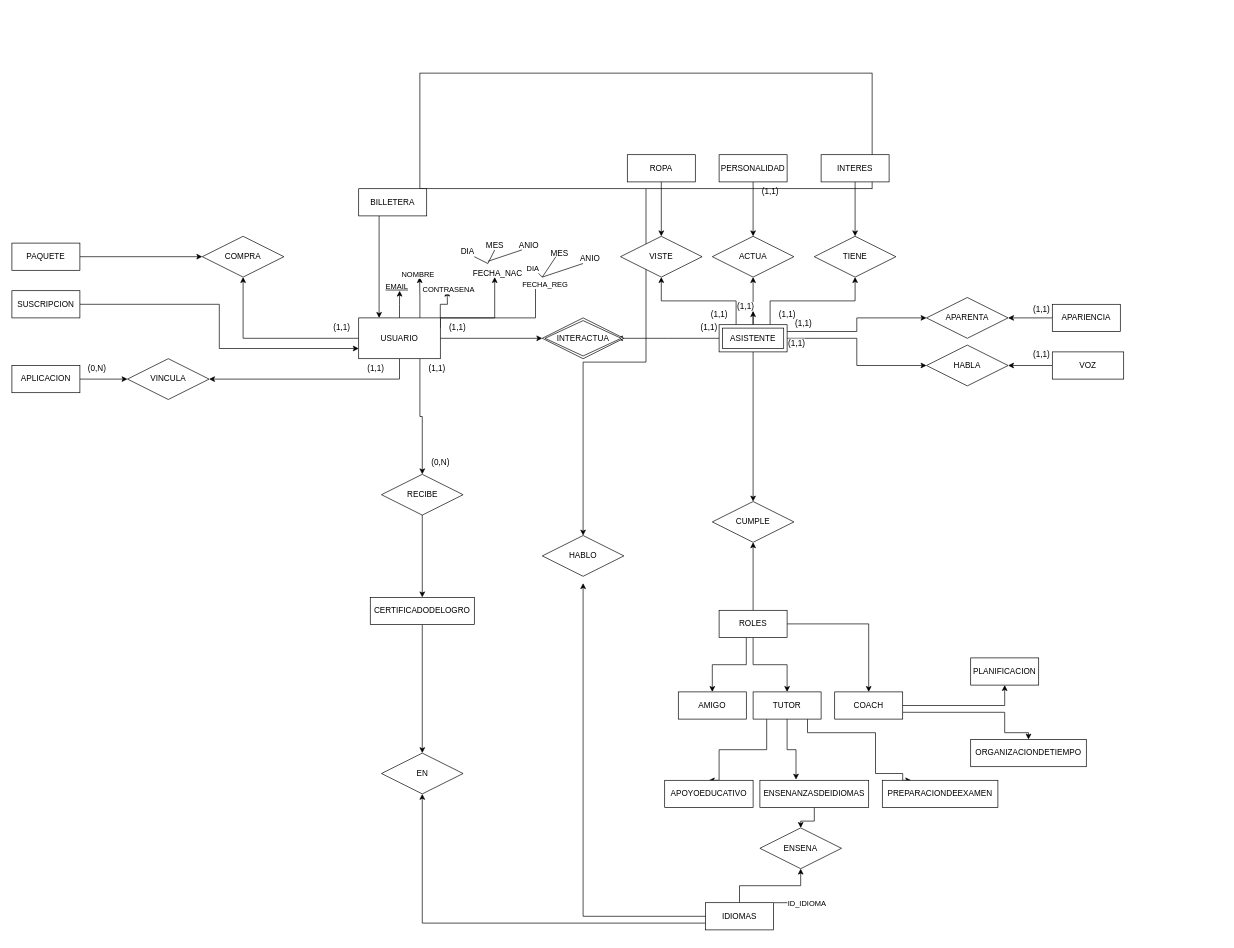
Before: obligatorio1.drawio in MartinAlonsoo/ObligatorioBD1, a draw.io diagram. Source tidied: cells renumbered, new cells numbered last; positions are measured from the earlier drawing's top-left corner, leaving out a move shared by most shapes. Both pictures are drawn from the tidied source at 68%, with x=0, y=0 at pixel (12, 73).
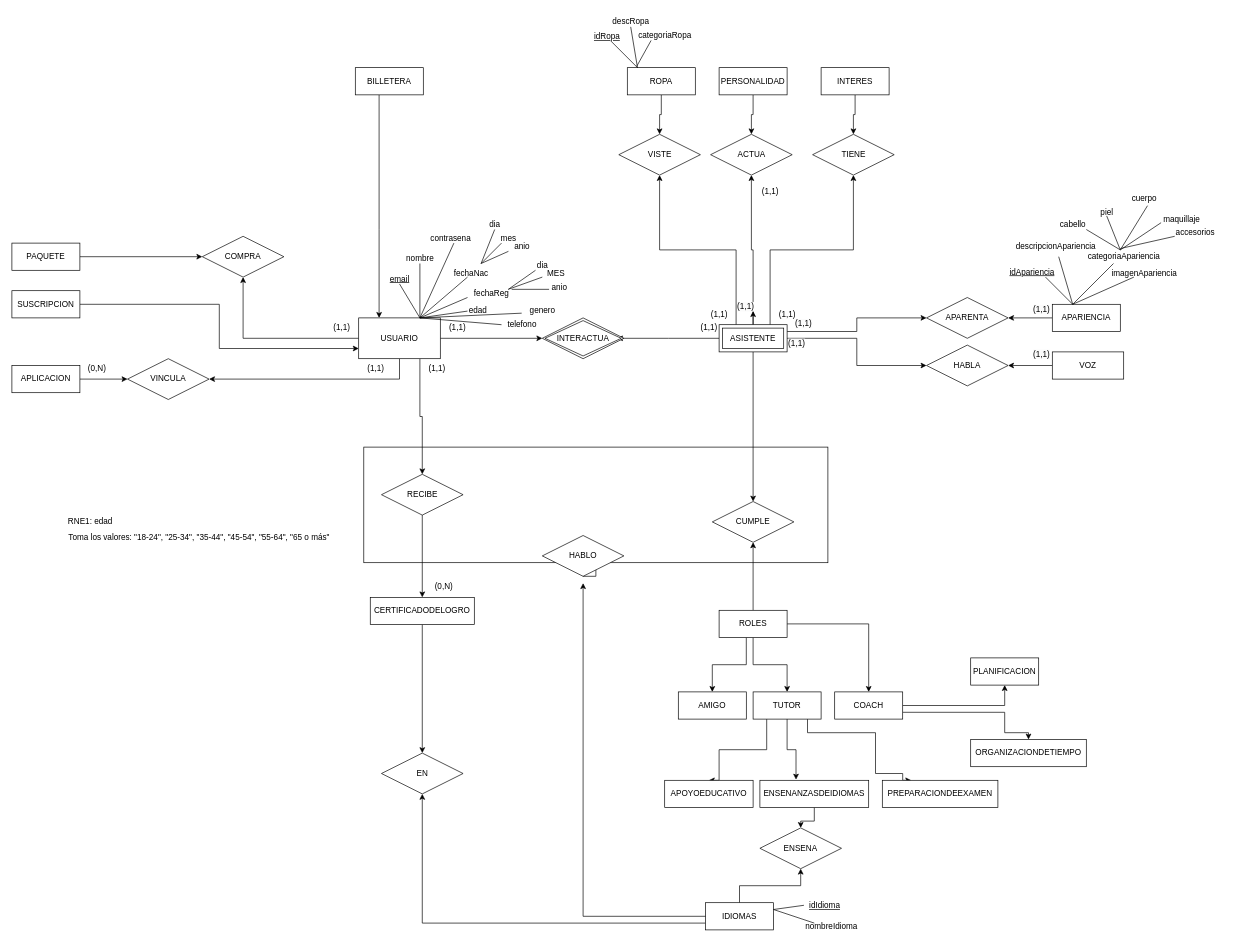
After the change.

Unchanged cells that the change refers to:
```xml
<mxCell id="17" value="&lt;div&gt;USUARIO&lt;/div&gt;" style="rounded=0;whiteSpace=wrap;html=1;strokeColor=default;" parent="1" vertex="1">
  <mxGeometry x="510" y="360" width="120" height="60" as="geometry" />
</mxCell>
<mxCell id="49" value="IDIOMAS" style="whiteSpace=wrap;html=1;align=center;" parent="1" vertex="1">
  <mxGeometry x="1020" y="1220" width="100" height="40" as="geometry" />
</mxCell>
```

Change to the diagram source:
```diff
@@
     <mxCell id="3" style="rounded=0;whiteSpace=wrap;html=1;" parent="1" vertex="1">
-      <mxGeometry x="600" width="665" height="170" as="geometry" />
+      <mxGeometry x="517.5" y="550" width="682.5" height="170" as="geometry" />
     </mxCell>
@@
-    <mxCell id="8" style="edgeStyle=orthogonalEdgeStyle;rounded=0;jettySize=auto;html=1;exitX=0.5;exitY=0;exitDx=0;exitDy=0;" parent="1" edge="1" source="17">
-      <mxGeometry relative="1" as="geometry">
-        <mxPoint x="570.2" y="320" as="targetPoint" />
-      </mxGeometry>
-    </mxCell>
-    <mxCell id="9" value="&lt;u&gt;EMAIL&lt;/u&gt;" style="edgeLabel;html=1;align=center;verticalAlign=middle;" parent="8" vertex="1">
-      <mxGeometry x="1" y="8" relative="1" as="geometry">
-        <mxPoint x="3" y="-6" as="offset" />
-      </mxGeometry>
-    </mxCell>
-    <mxCell id="10" style="edgeStyle=orthogonalEdgeStyle;rounded=0;jettySize=auto;html=1;exitX=0.75;exitY=0;exitDx=0;exitDy=0;" parent="1" edge="1" source="17">
-      <mxGeometry relative="1" as="geometry">
-        <mxPoint x="599.6" y="300" as="targetPoint" />
-      </mxGeometry>
-    </mxCell>
-    <mxCell id="11" value="NOMBRE" style="edgeLabel;html=1;align=center;verticalAlign=middle;" parent="10" vertex="1">
-      <mxGeometry x="1" y="6" relative="1" as="geometry">
-        <mxPoint x="3" y="-5" as="offset" />
-      </mxGeometry>
-    </mxCell>
-    <mxCell id="12" style="edgeStyle=orthogonalEdgeStyle;rounded=0;jettySize=auto;html=1;exitX=1;exitY=0;exitDx=0;exitDy=0;" parent="1" edge="1" source="17">
-      <mxGeometry relative="1" as="geometry">
-        <mxPoint x="640" y="320" as="targetPoint" />
-      </mxGeometry>
-    </mxCell>
-    <mxCell id="13" value="CONTRASENA" style="edgeLabel;html=1;align=center;verticalAlign=middle;" parent="12" vertex="1">
-      <mxGeometry x="1" y="-2" relative="1" as="geometry">
-        <mxPoint y="-1" as="offset" />
-      </mxGeometry>
-    </mxCell>
-    <mxCell id="14" style="edgeStyle=orthogonalEdgeStyle;rounded=0;jettySize=auto;html=1;exitX=1;exitY=0.25;exitDx=0;exitDy=0;" parent="1" edge="1" source="17">
-      <mxGeometry relative="1" as="geometry">
-        <mxPoint x="710" y="300" as="targetPoint" />
-        <Array as="points">
-          <mxPoint x="630" y="360" />
-          <mxPoint x="710" y="360" />
-        </Array>
-      </mxGeometry>
-    </mxCell>
-    <mxCell id="15" style="edgeStyle=orthogonalEdgeStyle;rounded=0;jettySize=auto;html=1;exitX=1;exitY=0;exitDx=0;exitDy=0;" parent="1" edge="1" source="17">
-      <mxGeometry relative="1" as="geometry">
-        <mxPoint x="780" y="310" as="targetPoint" />
-        <Array as="points">
-          <mxPoint x="770" y="360" />
-        </Array>
-      </mxGeometry>
-    </mxCell>
-    <mxCell id="16" value="FECHA_REG" style="edgeLabel;html=1;align=center;verticalAlign=middle;" parent="15" vertex="1">
-      <mxGeometry x="1" y="-3" relative="1" as="geometry">
-        <mxPoint x="3" y="-3" as="offset" />
-      </mxGeometry>
-    </mxCell>
@@
     <mxCell id="42" value="PERSONALIDAD" style="whiteSpace=wrap;html=1;align=center;" parent="1" vertex="1">
-      <mxGeometry x="1040" y="120" width="100" height="40" as="geometry" />
+      <mxGeometry x="1040" y="-8" width="100" height="40" as="geometry" />
     </mxCell>
@@
     <mxCell id="44" value="INTERES" style="whiteSpace=wrap;html=1;align=center;" parent="1" vertex="1">
-      <mxGeometry x="1190" y="120" width="100" height="40" as="geometry" />
+      <mxGeometry x="1190" y="-8" width="100" height="40" as="geometry" />
     </mxCell>
@@
-    <mxCell id="47" style="edgeStyle=orthogonalEdgeStyle;rounded=0;jettySize=auto;html=1;" parent="1" edge="1" source="49">
-      <mxGeometry relative="1" as="geometry">
-        <mxPoint x="1170" y="1220" as="targetPoint" />
-        <Array as="points">
-          <mxPoint x="1145" y="1220" />
-          <mxPoint x="1170" y="1221" />
-        </Array>
-      </mxGeometry>
-    </mxCell>
-    <mxCell id="48" value="ID_IDIOMA" style="edgeLabel;html=1;align=center;verticalAlign=middle;" parent="47" vertex="1">
-      <mxGeometry x="0.97" relative="1" as="geometry" />
-    </mxCell>
@@
     <mxCell id="51" value="ROPA" style="whiteSpace=wrap;html=1;align=center;" parent="1" vertex="1">
-      <mxGeometry x="905" y="120" width="100" height="40" as="geometry" />
+      <mxGeometry x="905" y="-8" width="100" height="40" as="geometry" />
     </mxCell>
@@
     <mxCell id="54" value="VISTE" style="shape=rhombus;perimeter=rhombusPerimeter;whiteSpace=wrap;html=1;align=center;" parent="1" vertex="1">
-      <mxGeometry x="895" y="240" width="120" height="60" as="geometry" />
+      <mxGeometry x="892.5" y="90" width="120" height="60" as="geometry" />
     </mxCell>
     <mxCell id="55" value="TIENE" style="shape=rhombus;perimeter=rhombusPerimeter;whiteSpace=wrap;html=1;align=center;" parent="1" vertex="1">
-      <mxGeometry x="1180" y="240" width="120" height="60" as="geometry" />
+      <mxGeometry x="1177.5" y="90" width="120" height="60" as="geometry" />
     </mxCell>
     <mxCell id="56" value="ACTUA" style="shape=rhombus;perimeter=rhombusPerimeter;whiteSpace=wrap;html=1;align=center;" parent="1" vertex="1">
-      <mxGeometry x="1030" y="240" width="120" height="60" as="geometry" />
+      <mxGeometry x="1027.5" y="90" width="120" height="60" as="geometry" />
     </mxCell>
@@
     <mxCell id="70" value="BILLETERA" style="whiteSpace=wrap;html=1;align=center;" parent="1" vertex="1">
-      <mxGeometry x="510" y="170" width="100" height="40" as="geometry" />
+      <mxGeometry x="505" y="-8" width="100" height="40" as="geometry" />
     </mxCell>
@@
     <mxCell id="100" value="(0,N)" style="text;html=1;align=center;verticalAlign=middle;strokeColor=none;fillColor=none;" parent="1" vertex="1">
-      <mxGeometry x="605" y="558" width="50" height="30" as="geometry" />
+      <mxGeometry x="610" y="740" width="50" height="30" as="geometry" />
     </mxCell>
-    <mxCell id="101" value="FECHA_NAC" style="text;html=1;align=center;verticalAlign=middle;strokeColor=none;fillColor=none;" parent="1" vertex="1">
-      <mxGeometry x="663.5" y="280" width="100" height="30" as="geometry" />
-    </mxCell>
-    <mxCell id="102" style="endArrow=none;html=1;rounded=0;" parent="1" edge="1">
-      <mxGeometry relative="1" as="geometry">
-        <mxPoint x="680" y="270" as="sourcePoint" />
-        <mxPoint x="710" y="260" as="targetPoint" />
-        <Array as="points">
-          <mxPoint x="700" y="280" />
-        </Array>
-      </mxGeometry>
-    </mxCell>
-    <mxCell id="103" value="DIA" style="text;html=1;align=center;verticalAlign=middle;strokeColor=none;fillColor=none;" parent="1" vertex="1">
-      <mxGeometry x="650" y="248" width="40" height="30" as="geometry" />
-    </mxCell>
-    <mxCell id="104" value="MES" style="text;html=1;align=center;verticalAlign=middle;strokeColor=none;fillColor=none;" parent="1" vertex="1">
-      <mxGeometry x="685" y="238" width="50" height="30" as="geometry" />
-    </mxCell>
-    <mxCell id="105" style="endArrow=none;html=1;rounded=0;" parent="1" edge="1">
-      <mxGeometry relative="1" as="geometry">
-        <mxPoint x="700" y="276.8" as="sourcePoint" />
-        <mxPoint x="750" y="260" as="targetPoint" />
-      </mxGeometry>
-    </mxCell>
-    <mxCell id="106" value="ANIO" style="text;html=1;align=center;verticalAlign=middle;strokeColor=none;fillColor=none;" parent="1" vertex="1">
-      <mxGeometry x="735" y="238" width="50" height="30" as="geometry" />
-    </mxCell>
-    <mxCell id="107" style="endArrow=none;html=1;rounded=0;" parent="1" edge="1">
-      <mxGeometry relative="1" as="geometry">
-        <mxPoint x="770" y="290" as="sourcePoint" />
-        <mxPoint x="800" y="270" as="targetPoint" />
-        <Array as="points">
-          <mxPoint x="780" y="300" />
-        </Array>
-      </mxGeometry>
-    </mxCell>
-    <mxCell id="108" value="DIA" style="edgeLabel;html=1;align=center;verticalAlign=middle;" parent="107" vertex="1">
-      <mxGeometry x="-1" y="-6" relative="1" as="geometry">
-        <mxPoint y="-7" as="offset" />
-      </mxGeometry>
-    </mxCell>
-    <mxCell id="109" value="MES" style="text;html=1;align=center;verticalAlign=middle;strokeColor=none;fillColor=none;" parent="1" vertex="1">
-      <mxGeometry x="780" y="250" width="50" height="30" as="geometry" />
-    </mxCell>
-    <mxCell id="110" style="endArrow=none;html=1;rounded=0;" parent="1" edge="1">
-      <mxGeometry relative="1" as="geometry">
-        <mxPoint x="840" y="280" as="sourcePoint" />
-        <mxPoint x="780" y="300" as="targetPoint" />
-      </mxGeometry>
-    </mxCell>
-    <mxCell id="111" value="ANIO" style="text;html=1;align=center;verticalAlign=middle;strokeColor=none;fillColor=none;" parent="1" vertex="1">
-      <mxGeometry x="825" y="258" width="50" height="30" as="geometry" />
+    <mxCell id="111" value="anio" style="text;html=1;align=center;verticalAlign=middle;strokeColor=none;fillColor=none;" parent="1" vertex="1">
+      <mxGeometry x="725" y="240" width="50" height="30" as="geometry" />
     </mxCell>
+    <mxCell id="112" style="endArrow=none;html=1;rounded=0;" parent="1" edge="1">
+      <mxGeometry relative="1" as="geometry">
+        <mxPoint x="570" y="310" as="sourcePoint" />
+        <mxPoint x="600" y="280" as="targetPoint" />
+        <Array as="points">
+          <mxPoint x="600" y="360" />
+        </Array>
+      </mxGeometry>
+    </mxCell>
+    <mxCell id="113" value="&lt;u&gt;email&lt;/u&gt;" style="text;html=1;align=center;verticalAlign=middle;strokeColor=none;fillColor=none;" parent="1" vertex="1">
+      <mxGeometry x="545" y="288" width="50" height="30" as="geometry" />
+    </mxCell>
+    <mxCell id="114" value="nombre" style="text;html=1;align=center;verticalAlign=middle;strokeColor=none;fillColor=none;" parent="1" vertex="1">
+      <mxGeometry x="570" y="258" width="60" height="30" as="geometry" />
+    </mxCell>
+    <mxCell id="115" style="endArrow=none;html=1;rounded=0;" parent="1" edge="1">
+      <mxGeometry relative="1" as="geometry">
+        <mxPoint x="670" y="300" as="sourcePoint" />
+        <mxPoint x="650" y="250" as="targetPoint" />
+        <Array as="points">
+          <mxPoint x="600" y="360" />
+        </Array>
+      </mxGeometry>
+    </mxCell>
+    <mxCell id="116" value="contrasena" style="text;html=1;align=center;verticalAlign=middle;strokeColor=none;fillColor=none;" parent="1" vertex="1">
+      <mxGeometry x="605" y="228" width="80" height="30" as="geometry" />
+    </mxCell>
+    <mxCell id="117" value="fechaNac" style="text;html=1;align=center;verticalAlign=middle;strokeColor=none;fillColor=none;" parent="1" vertex="1">
+      <mxGeometry x="640" y="280" width="70" height="30" as="geometry" />
+    </mxCell>
+    <mxCell id="118" style="endArrow=none;html=1;rounded=0;" parent="1" edge="1">
+      <mxGeometry relative="1" as="geometry">
+        <mxPoint x="720" y="250" as="sourcePoint" />
+        <mxPoint x="710" y="230" as="targetPoint" />
+        <Array as="points">
+          <mxPoint x="690" y="280" />
+        </Array>
+      </mxGeometry>
+    </mxCell>
+    <mxCell id="119" value="dia" style="text;html=1;align=center;verticalAlign=middle;strokeColor=none;fillColor=none;" parent="1" vertex="1">
+      <mxGeometry x="690" y="208" width="40" height="30" as="geometry" />
+    </mxCell>
+    <mxCell id="120" value="mes" style="text;html=1;align=center;verticalAlign=middle;points=[];strokeColor=none;fillColor=none;" parent="1" vertex="1">
+      <mxGeometry x="705" y="228" width="50" height="30" as="geometry" />
+    </mxCell>
+    <mxCell id="121" style="endArrow=none;html=1;rounded=0;entryX=0.504;entryY=1.137;entryDx=0;entryDy=0;entryPerimeter=0;" parent="1" edge="1" target="120">
+      <mxGeometry relative="1" as="geometry">
+        <mxPoint x="690" y="280" as="sourcePoint" />
+      </mxGeometry>
+    </mxCell>
+    <mxCell id="122" style="endArrow=none;html=1;rounded=0;" parent="1" edge="1">
+      <mxGeometry relative="1" as="geometry">
+        <mxPoint x="670" y="330" as="sourcePoint" />
+        <mxPoint x="670" y="350" as="targetPoint" />
+        <Array as="points">
+          <mxPoint x="600" y="360" />
+        </Array>
+      </mxGeometry>
+    </mxCell>
+    <mxCell id="123" value="fechaReg" style="text;html=1;align=center;verticalAlign=middle;strokeColor=none;fillColor=none;" parent="1" vertex="1">
+      <mxGeometry x="670" y="310" width="70" height="30" as="geometry" />
+    </mxCell>
+    <mxCell id="124" style="endArrow=none;html=1;rounded=0;" parent="1" edge="1">
+      <mxGeometry relative="1" as="geometry">
+        <mxPoint x="770" y="290" as="sourcePoint" />
+        <mxPoint x="780" y="300" as="targetPoint" />
+        <Array as="points">
+          <mxPoint x="730" y="318" />
+        </Array>
+      </mxGeometry>
+    </mxCell>
+    <mxCell id="125" value="dia" style="text;html=1;align=center;verticalAlign=middle;strokeColor=none;fillColor=none;" parent="1" vertex="1">
+      <mxGeometry x="760" y="268" width="40" height="30" as="geometry" />
+    </mxCell>
+    <mxCell id="126" value="MES" style="text;html=1;align=center;verticalAlign=middle;strokeColor=none;fillColor=none;" parent="1" vertex="1">
+      <mxGeometry x="775" y="280" width="50" height="30" as="geometry" />
+    </mxCell>
+    <mxCell id="127" style="endArrow=none;html=1;rounded=0;" parent="1" edge="1">
+      <mxGeometry relative="1" as="geometry">
+        <mxPoint x="735" y="318" as="sourcePoint" />
+        <mxPoint x="790" y="318" as="targetPoint" />
+      </mxGeometry>
+    </mxCell>
+    <mxCell id="128" value="anio" style="text;html=1;align=center;verticalAlign=middle;strokeColor=none;fillColor=none;" parent="1" vertex="1">
+      <mxGeometry x="780" y="300" width="50" height="30" as="geometry" />
+    </mxCell>
+    <mxCell id="129" value="edad" style="text;html=1;align=center;verticalAlign=middle;strokeColor=none;fillColor=none;" parent="1" vertex="1">
+      <mxGeometry x="660" y="335" width="50" height="30" as="geometry" />
+    </mxCell>
+    <mxCell id="130" style="endArrow=none;html=1;rounded=0;exitX=0.495;exitY=-0.065;exitDx=0;exitDy=0;exitPerimeter=0;" parent="1" edge="1" source="131">
+      <mxGeometry relative="1" as="geometry">
+        <mxPoint x="720" y="370" as="targetPoint" />
+        <Array as="points">
+          <mxPoint x="600" y="360" />
+        </Array>
+      </mxGeometry>
+    </mxCell>
+    <mxCell id="131" value="telefono" style="text;html=1;align=center;verticalAlign=middle;points=[];strokeColor=none;fillColor=none;" parent="1" vertex="1">
+      <mxGeometry x="715" y="355" width="70" height="30" as="geometry" />
+    </mxCell>
+    <mxCell id="132" value="genero" style="text;html=1;align=center;verticalAlign=middle;strokeColor=none;fillColor=none;" parent="1" vertex="1">
+      <mxGeometry x="750" y="335" width="60" height="30" as="geometry" />
+    </mxCell>
+    <mxCell id="133" style="endArrow=none;html=1;rounded=0;entryX=0.068;entryY=0.46;entryDx=0;entryDy=0;entryPerimeter=0;" parent="1" edge="1" target="134">
+      <mxGeometry relative="1" as="geometry">
+        <mxPoint x="1180" y="1250" as="sourcePoint" />
+        <Array as="points">
+          <mxPoint x="1120" y="1230" />
+        </Array>
+      </mxGeometry>
+    </mxCell>
+    <mxCell id="134" value="&lt;u&gt;idIdioma&lt;/u&gt;" style="text;html=1;align=center;verticalAlign=middle;points=[];strokeColor=none;fillColor=none;" parent="1" vertex="1">
+      <mxGeometry x="1160" y="1210" width="70" height="30" as="geometry" />
+    </mxCell>
+    <mxCell id="135" value="nombreIdioma" style="text;html=1;align=center;verticalAlign=middle;strokeColor=none;fillColor=none;" parent="1" vertex="1">
+      <mxGeometry x="1155" y="1240" width="100" height="30" as="geometry" />
+    </mxCell>
+    <mxCell id="136" value="RNE1: edad" style="text;html=1;align=center;verticalAlign=middle;strokeColor=none;fillColor=none;" parent="1" vertex="1">
+      <mxGeometry x="70" y="645" width="90" height="30" as="geometry" />
+    </mxCell>
+    <mxCell id="137" value="Toma los valores: &quot;18-24&quot;, &quot;25-34&quot;, &quot;35-44&quot;, &quot;45-54&quot;, &quot;55-64&quot;, &quot;65 o más&quot;" style="text;html=1;align=center;verticalAlign=middle;strokeColor=none;fillColor=none;" parent="1" vertex="1">
+      <mxGeometry x="70" y="668" width="410" height="30" as="geometry" />
+    </mxCell>
+    <mxCell id="138" style="endArrow=none;html=1;rounded=0;" parent="1" edge="1">
+      <mxGeometry relative="1" as="geometry">
+        <mxPoint x="880" y="-48" as="sourcePoint" />
+        <mxPoint x="910" y="-68" as="targetPoint" />
+        <Array as="points">
+          <mxPoint x="920" y="-8" />
+        </Array>
+      </mxGeometry>
+    </mxCell>
+    <mxCell id="139" value="&lt;u&gt;idRopa&lt;/u&gt;" style="text;html=1;align=center;verticalAlign=middle;strokeColor=none;fillColor=none;" parent="1" vertex="1">
+      <mxGeometry x="845" y="-68" width="60" height="30" as="geometry" />
+    </mxCell>
+    <mxCell id="140" value="descRopa" style="text;html=1;align=center;verticalAlign=middle;strokeColor=none;fillColor=none;" parent="1" vertex="1">
+      <mxGeometry x="870" y="-90" width="80" height="30" as="geometry" />
+    </mxCell>
+    <mxCell id="141" style="endArrow=none;html=1;rounded=0;exitX=0.138;exitY=-0.047;exitDx=0;exitDy=0;exitPerimeter=0;" parent="1" edge="1" source="51">
+      <mxGeometry relative="1" as="geometry">
+        <mxPoint x="940" y="-48" as="targetPoint" />
+      </mxGeometry>
+    </mxCell>
+    <mxCell id="142" value="categoriaRopa" style="text;html=1;align=center;verticalAlign=middle;strokeColor=none;fillColor=none;" parent="1" vertex="1">
+      <mxGeometry x="910" y="-70" width="100" height="30" as="geometry" />
+    </mxCell>
+    <mxCell id="143" style="endArrow=none;html=1;rounded=0;" parent="1" edge="1" target="145">
+      <mxGeometry relative="1" as="geometry">
+        <mxPoint x="1520" y="300" as="sourcePoint" />
+        <Array as="points">
+          <mxPoint x="1560" y="340" />
+        </Array>
+      </mxGeometry>
+    </mxCell>
+    <mxCell id="144" value="&lt;u&gt;idApariencia&lt;/u&gt;" style="text;html=1;align=center;verticalAlign=middle;strokeColor=none;fillColor=none;" parent="1" vertex="1">
+      <mxGeometry x="1455" y="278" width="90" height="30" as="geometry" />
+    </mxCell>
+    <mxCell id="145" value="descripcionApariencia" style="text;html=1;align=center;verticalAlign=middle;points=[];strokeColor=none;fillColor=none;" parent="1" vertex="1">
+      <mxGeometry x="1465" y="240" width="140" height="30" as="geometry" />
+    </mxCell>
+    <mxCell id="146" style="endArrow=none;html=1;rounded=0;" parent="1" edge="1">
+      <mxGeometry relative="1" as="geometry">
+        <mxPoint x="1650" y="300" as="sourcePoint" />
+        <mxPoint x="1620" y="280" as="targetPoint" />
+        <Array as="points">
+          <mxPoint x="1560" y="340" />
+        </Array>
+      </mxGeometry>
+    </mxCell>
+    <mxCell id="147" value="categoriaApariencia" style="text;html=1;align=center;verticalAlign=middle;strokeColor=none;fillColor=none;" parent="1" vertex="1">
+      <mxGeometry x="1570" y="255" width="130" height="30" as="geometry" />
+    </mxCell>
+    <mxCell id="148" style="endArrow=none;html=1;rounded=0;" parent="1" edge="1">
+      <mxGeometry relative="1" as="geometry">
+        <mxPoint x="1690" y="220" as="sourcePoint" />
+        <mxPoint x="1670" y="195" as="targetPoint" />
+        <Array as="points">
+          <mxPoint x="1630" y="260" />
+        </Array>
+      </mxGeometry>
+    </mxCell>
+    <mxCell id="149" style="endArrow=none;html=1;rounded=0;" parent="1" edge="1">
+      <mxGeometry relative="1" as="geometry">
+        <mxPoint x="1580" y="230" as="sourcePoint" />
+        <mxPoint x="1610" y="210" as="targetPoint" />
+        <Array as="points">
+          <mxPoint x="1630" y="260" />
+        </Array>
+      </mxGeometry>
+    </mxCell>
+    <mxCell id="150" value="cabello" style="text;html=1;align=center;verticalAlign=middle;strokeColor=none;fillColor=none;" parent="1" vertex="1">
+      <mxGeometry x="1530" y="208" width="60" height="30" as="geometry" />
+    </mxCell>
+    <mxCell id="151" value="piel" style="text;html=1;align=center;verticalAlign=middle;strokeColor=none;fillColor=none;" parent="1" vertex="1">
+      <mxGeometry x="1590" y="190" width="40" height="30" as="geometry" />
+    </mxCell>
+    <mxCell id="152" value="cuerpo" style="text;html=1;align=center;verticalAlign=middle;strokeColor=none;fillColor=none;" parent="1" vertex="1">
+      <mxGeometry x="1635" y="170" width="60" height="30" as="geometry" />
+    </mxCell>
+    <mxCell id="153" value="maquillaje" style="text;html=1;align=center;verticalAlign=middle;strokeColor=none;fillColor=none;" parent="1" vertex="1">
+      <mxGeometry x="1680" y="200" width="80" height="30" as="geometry" />
+    </mxCell>
+    <mxCell id="154" style="endArrow=none;html=1;rounded=0;" parent="1" edge="1">
+      <mxGeometry relative="1" as="geometry">
+        <mxPoint x="1630" y="258" as="sourcePoint" />
+        <mxPoint x="1710" y="240" as="targetPoint" />
+      </mxGeometry>
+    </mxCell>
+    <mxCell id="155" value="accesorios" style="text;html=1;align=center;verticalAlign=middle;strokeColor=none;fillColor=none;" parent="1" vertex="1">
+      <mxGeometry x="1700" y="220" width="80" height="30" as="geometry" />
+    </mxCell>
+    <mxCell id="156" value="imagenApariencia" style="text;html=1;align=center;verticalAlign=middle;strokeColor=none;fillColor=none;" parent="1" vertex="1">
+      <mxGeometry x="1605" y="280" width="120" height="30" as="geometry" />
+    </mxCell>
```
